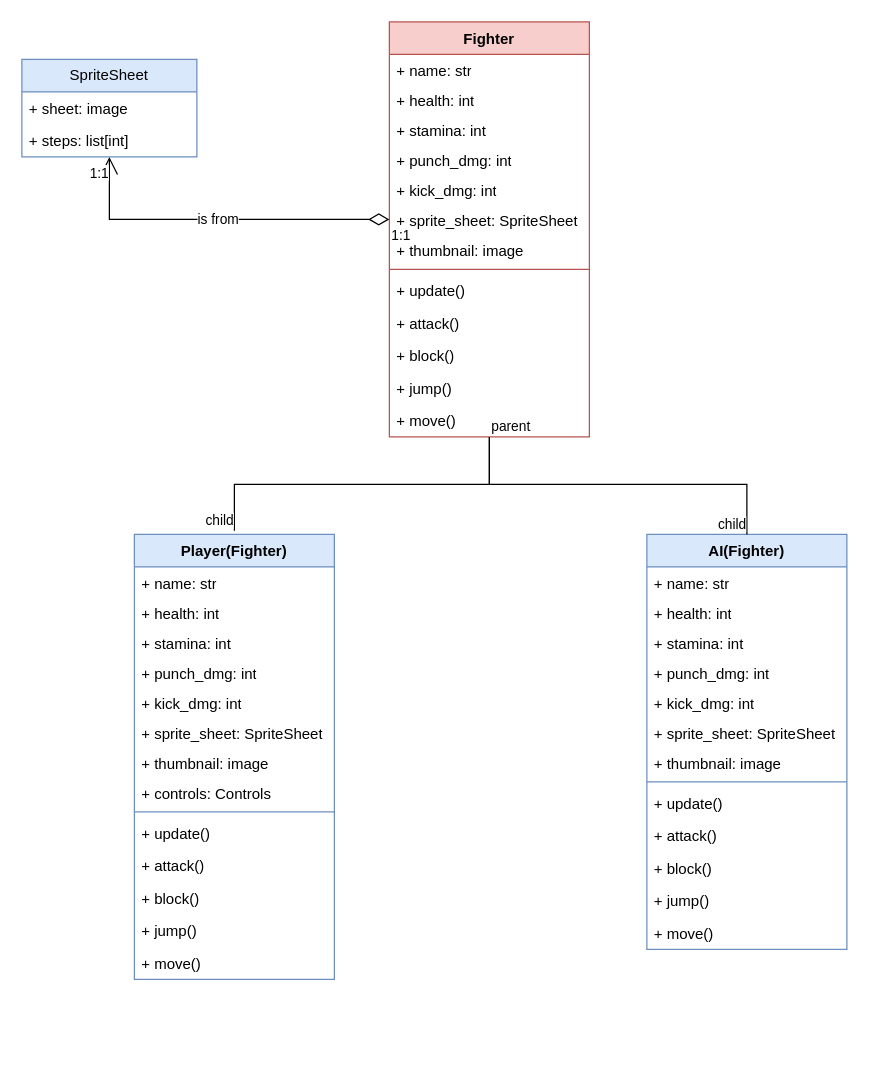
Before: UML.drawio in FuvaKumi/ComboCombat-Reworked, a draw.io diagram. Source tidied: cells renumbered, new cells numbered last; positions are measured from the earlier drawing's top-left corner, leaving out a move shared by most shapes. Both pictures are drawn from the tidied source at 125%, with x=0, y=0 at pixel (21, 21).
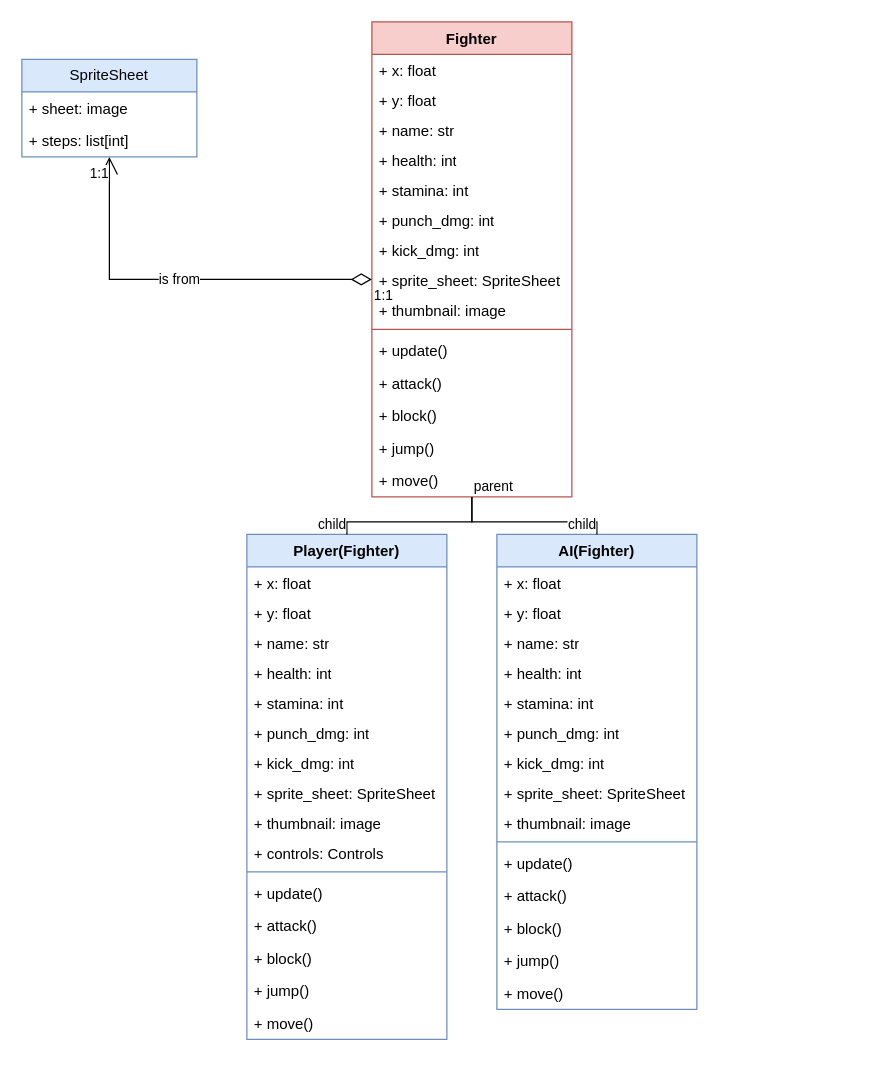
After the change.

Diff of the diagram source:
```diff
@@
-    <mxCell id="2" value="Fighter" style="swimlane;fontStyle=1;align=center;verticalAlign=top;horizontal=1;startSize=26;whiteSpace=wrap;html=1;fillColor=#f8cecc;strokeColor=#b85450;" parent="1" vertex="1">
-      <mxGeometry x="294" width="160" height="332" as="geometry" />
+    <mxCell id="2" value="Fighter" style="swimlane;fontStyle=1;align=center;verticalAlign=top;horizontal=1;startSize=26;whiteSpace=wrap;html=1;fillColor=#f8cecc;strokeColor=#b85450;shadow=0;rounded=0;glass=0;swimlaneLine=1;" parent="1" vertex="1">
+      <mxGeometry x="280" width="160" height="380" as="geometry" />
     </mxCell>
+    <mxCell id="57" value="+ x: float" style="text;strokeColor=none;fillColor=none;align=left;verticalAlign=top;spacingLeft=4;spacingRight=4;overflow=hidden;whiteSpace=wrap;html=1;" parent="2" vertex="1">
+      <mxGeometry y="26" width="160" height="24" as="geometry" />
+    </mxCell>
+    <mxCell id="58" value="+ y: float" style="text;strokeColor=none;fillColor=none;align=left;verticalAlign=top;spacingLeft=4;spacingRight=4;overflow=hidden;whiteSpace=wrap;html=1;" parent="2" vertex="1">
+      <mxGeometry y="50" width="160" height="24" as="geometry" />
+    </mxCell>
     <mxCell id="3" value="+ name: str" style="text;strokeColor=none;fillColor=none;align=left;verticalAlign=top;spacingLeft=4;spacingRight=4;overflow=hidden;whiteSpace=wrap;html=1;" parent="2" vertex="1">
-      <mxGeometry y="26" width="160" height="24" as="geometry" />
+      <mxGeometry y="74" width="160" height="24" as="geometry" />
     </mxCell>
     <mxCell id="4" value="+ health: int" style="text;strokeColor=none;fillColor=none;align=left;verticalAlign=top;spacingLeft=4;spacingRight=4;overflow=hidden;whiteSpace=wrap;html=1;" parent="2" vertex="1">
-      <mxGeometry y="50" width="160" height="24" as="geometry" />
+      <mxGeometry y="98" width="160" height="24" as="geometry" />
     </mxCell>
     <mxCell id="5" value="+ stamina: int" style="text;strokeColor=none;fillColor=none;align=left;verticalAlign=top;spacingLeft=4;spacingRight=4;overflow=hidden;whiteSpace=wrap;html=1;" parent="2" vertex="1">
-      <mxGeometry y="74" width="160" height="24" as="geometry" />
+      <mxGeometry y="122" width="160" height="24" as="geometry" />
     </mxCell>
     <mxCell id="6" value="+ punch_dmg: int" style="text;strokeColor=none;fillColor=none;align=left;verticalAlign=top;spacingLeft=4;spacingRight=4;overflow=hidden;whiteSpace=wrap;html=1;" parent="2" vertex="1">
-      <mxGeometry y="98" width="160" height="24" as="geometry" />
+      <mxGeometry y="146" width="160" height="24" as="geometry" />
     </mxCell>
     <mxCell id="7" value="+ kick_dmg: int" style="text;strokeColor=none;fillColor=none;align=left;verticalAlign=top;spacingLeft=4;spacingRight=4;overflow=hidden;whiteSpace=wrap;html=1;" parent="2" vertex="1">
-      <mxGeometry y="122" width="160" height="24" as="geometry" />
+      <mxGeometry y="170" width="160" height="24" as="geometry" />
     </mxCell>
     <mxCell id="8" value="+ sprite_sheet: SpriteSheet" style="text;strokeColor=none;fillColor=none;align=left;verticalAlign=top;spacingLeft=4;spacingRight=4;overflow=hidden;points=[[0,0.5],[1,0.5]];portConstraint=eastwest;whiteSpace=wrap;html=1;" parent="2" vertex="1">
-      <mxGeometry y="146" width="160" height="24" as="geometry" />
+      <mxGeometry y="194" width="160" height="24" as="geometry" />
     </mxCell>
     <mxCell id="9" value="+ thumbnail: image" style="text;strokeColor=none;fillColor=none;align=left;verticalAlign=top;spacingLeft=4;spacingRight=4;overflow=hidden;whiteSpace=wrap;html=1;" parent="2" vertex="1">
-      <mxGeometry y="170" width="160" height="24" as="geometry" />
+      <mxGeometry y="218" width="160" height="24" as="geometry" />
     </mxCell>
     <mxCell id="10" style="line;strokeWidth=1;fillColor=none;align=left;verticalAlign=middle;spacingTop=-1;spacingLeft=3;spacingRight=3;labelPosition=right;strokeColor=inherit;" parent="2" vertex="1">
-      <mxGeometry y="194" width="160" height="8" as="geometry" />
+      <mxGeometry y="242" width="160" height="8" as="geometry" />
     </mxCell>
     <mxCell id="11" value="+ update()" style="text;strokeColor=none;fillColor=none;align=left;verticalAlign=top;spacingLeft=4;spacingRight=4;overflow=hidden;whiteSpace=wrap;html=1;" parent="2" vertex="1">
-      <mxGeometry y="202" width="160" height="26" as="geometry" />
+      <mxGeometry y="250" width="160" height="26" as="geometry" />
     </mxCell>
     <mxCell id="12" value="+ attack()" style="text;strokeColor=none;fillColor=none;align=left;verticalAlign=top;spacingLeft=4;spacingRight=4;overflow=hidden;whiteSpace=wrap;html=1;" parent="2" vertex="1">
-      <mxGeometry y="228" width="160" height="26" as="geometry" />
+      <mxGeometry y="276" width="160" height="26" as="geometry" />
     </mxCell>
     <mxCell id="13" value="+ block()" style="text;strokeColor=none;fillColor=none;align=left;verticalAlign=top;spacingLeft=4;spacingRight=4;overflow=hidden;whiteSpace=wrap;html=1;" parent="2" vertex="1">
-      <mxGeometry y="254" width="160" height="26" as="geometry" />
+      <mxGeometry y="302" width="160" height="26" as="geometry" />
     </mxCell>
     <mxCell id="14" value="+ jump()" style="text;strokeColor=none;fillColor=none;align=left;verticalAlign=top;spacingLeft=4;spacingRight=4;overflow=hidden;whiteSpace=wrap;html=1;" parent="2" vertex="1">
-      <mxGeometry y="280" width="160" height="26" as="geometry" />
+      <mxGeometry y="328" width="160" height="26" as="geometry" />
     </mxCell>
     <mxCell id="15" value="+ move()" style="text;strokeColor=none;fillColor=none;align=left;verticalAlign=top;spacingLeft=4;spacingRight=4;overflow=hidden;whiteSpace=wrap;html=1;" parent="2" vertex="1">
-      <mxGeometry y="306" width="160" height="26" as="geometry" />
+      <mxGeometry y="354" width="160" height="26" as="geometry" />
     </mxCell>
@@
     <mxCell id="22" value="Player(Fighter)" style="swimlane;fontStyle=1;align=center;verticalAlign=top;horizontal=1;startSize=26;whiteSpace=wrap;html=1;fillColor=#dae8fc;strokeColor=#6c8ebf;" parent="1" vertex="1">
-      <mxGeometry x="90" y="410" width="160" height="356" as="geometry" />
+      <mxGeometry x="180" y="410" width="160" height="404" as="geometry" />
     </mxCell>
+    <mxCell id="59" value="+ x: float" style="text;align=left;verticalAlign=top;spacingLeft=4;spacingRight=4;overflow=hidden;whiteSpace=wrap;html=1;" parent="22" vertex="1">
+      <mxGeometry y="26" width="160" height="24" as="geometry" />
+    </mxCell>
+    <mxCell id="60" value="+ y: float" style="text;align=left;verticalAlign=top;spacingLeft=4;spacingRight=4;overflow=hidden;whiteSpace=wrap;html=1;" parent="22" vertex="1">
+      <mxGeometry y="50" width="160" height="24" as="geometry" />
+    </mxCell>
-    <mxCell id="23" value="+ name: str" style="text;strokeColor=none;fillColor=none;align=left;verticalAlign=top;spacingLeft=4;spacingRight=4;overflow=hidden;whiteSpace=wrap;html=1;" parent="22" vertex="1">
-      <mxGeometry y="26" width="160" height="24" as="geometry" />
+    <mxCell id="23" value="+ name: str" style="text;align=left;verticalAlign=top;spacingLeft=4;spacingRight=4;overflow=hidden;whiteSpace=wrap;html=1;" parent="22" vertex="1">
+      <mxGeometry y="74" width="160" height="24" as="geometry" />
     </mxCell>
-    <mxCell id="24" value="+ health: int" style="text;strokeColor=none;fillColor=none;align=left;verticalAlign=top;spacingLeft=4;spacingRight=4;overflow=hidden;whiteSpace=wrap;html=1;" parent="22" vertex="1">
-      <mxGeometry y="50" width="160" height="24" as="geometry" />
+    <mxCell id="24" value="+ health: int" style="text;align=left;verticalAlign=top;spacingLeft=4;spacingRight=4;overflow=hidden;whiteSpace=wrap;html=1;" parent="22" vertex="1">
+      <mxGeometry y="98" width="160" height="24" as="geometry" />
     </mxCell>
-    <mxCell id="25" value="+ stamina: int" style="text;strokeColor=none;fillColor=none;align=left;verticalAlign=top;spacingLeft=4;spacingRight=4;overflow=hidden;whiteSpace=wrap;html=1;" parent="22" vertex="1">
-      <mxGeometry y="74" width="160" height="24" as="geometry" />
+    <mxCell id="25" value="+ stamina: int" style="text;align=left;verticalAlign=top;spacingLeft=4;spacingRight=4;overflow=hidden;whiteSpace=wrap;html=1;" parent="22" vertex="1">
+      <mxGeometry y="122" width="160" height="24" as="geometry" />
     </mxCell>
-    <mxCell id="26" value="+ punch_dmg: int" style="text;strokeColor=none;fillColor=none;align=left;verticalAlign=top;spacingLeft=4;spacingRight=4;overflow=hidden;whiteSpace=wrap;html=1;" parent="22" vertex="1">
-      <mxGeometry y="98" width="160" height="24" as="geometry" />
+    <mxCell id="26" value="+ punch_dmg: int" style="text;align=left;verticalAlign=top;spacingLeft=4;spacingRight=4;overflow=hidden;whiteSpace=wrap;html=1;" parent="22" vertex="1">
+      <mxGeometry y="146" width="160" height="24" as="geometry" />
     </mxCell>
-    <mxCell id="27" value="+ kick_dmg: int" style="text;strokeColor=none;fillColor=none;align=left;verticalAlign=top;spacingLeft=4;spacingRight=4;overflow=hidden;whiteSpace=wrap;html=1;" parent="22" vertex="1">
-      <mxGeometry y="122" width="160" height="24" as="geometry" />
+    <mxCell id="27" value="+ kick_dmg: int" style="text;align=left;verticalAlign=top;spacingLeft=4;spacingRight=4;overflow=hidden;whiteSpace=wrap;html=1;" parent="22" vertex="1">
+      <mxGeometry y="170" width="160" height="24" as="geometry" />
     </mxCell>
-    <mxCell id="28" value="+ sprite_sheet: SpriteSheet" style="text;strokeColor=none;fillColor=none;align=left;verticalAlign=top;spacingLeft=4;spacingRight=4;overflow=hidden;whiteSpace=wrap;html=1;" parent="22" vertex="1">
-      <mxGeometry y="146" width="160" height="24" as="geometry" />
+    <mxCell id="28" value="+ sprite_sheet: SpriteSheet" style="text;align=left;verticalAlign=top;spacingLeft=4;spacingRight=4;overflow=hidden;whiteSpace=wrap;html=1;" parent="22" vertex="1">
+      <mxGeometry y="194" width="160" height="24" as="geometry" />
     </mxCell>
-    <mxCell id="29" value="+ thumbnail: image" style="text;strokeColor=none;fillColor=none;align=left;verticalAlign=top;spacingLeft=4;spacingRight=4;overflow=hidden;whiteSpace=wrap;html=1;" parent="22" vertex="1">
-      <mxGeometry y="170" width="160" height="24" as="geometry" />
+    <mxCell id="29" value="+ thumbnail: image" style="text;align=left;verticalAlign=top;spacingLeft=4;spacingRight=4;overflow=hidden;whiteSpace=wrap;html=1;" parent="22" vertex="1">
+      <mxGeometry y="218" width="160" height="24" as="geometry" />
     </mxCell>
-    <mxCell id="30" value="+ controls: Controls" style="text;strokeColor=none;fillColor=none;align=left;verticalAlign=top;spacingLeft=4;spacingRight=4;overflow=hidden;whiteSpace=wrap;html=1;" parent="22" vertex="1">
-      <mxGeometry y="194" width="160" height="24" as="geometry" />
+    <mxCell id="30" value="+ controls: Controls" style="text;align=left;verticalAlign=top;spacingLeft=4;spacingRight=4;overflow=hidden;whiteSpace=wrap;html=1;" parent="22" vertex="1">
+      <mxGeometry y="242" width="160" height="24" as="geometry" />
     </mxCell>
     <mxCell id="31" style="line;strokeWidth=1;fillColor=none;align=left;verticalAlign=middle;spacingTop=-1;spacingLeft=3;spacingRight=3;labelPosition=right;strokeColor=inherit;" parent="22" vertex="1">
-      <mxGeometry y="218" width="160" height="8" as="geometry" />
+      <mxGeometry y="266" width="160" height="8" as="geometry" />
     </mxCell>
     <mxCell id="32" value="+ update()" style="text;strokeColor=none;fillColor=none;align=left;verticalAlign=top;spacingLeft=4;spacingRight=4;overflow=hidden;whiteSpace=wrap;html=1;" parent="22" vertex="1">
-      <mxGeometry y="226" width="160" height="26" as="geometry" />
+      <mxGeometry y="274" width="160" height="26" as="geometry" />
     </mxCell>
     <mxCell id="33" value="+ attack()" style="text;strokeColor=none;fillColor=none;align=left;verticalAlign=top;spacingLeft=4;spacingRight=4;overflow=hidden;whiteSpace=wrap;html=1;" parent="22" vertex="1">
-      <mxGeometry y="252" width="160" height="26" as="geometry" />
+      <mxGeometry y="300" width="160" height="26" as="geometry" />
     </mxCell>
     <mxCell id="34" value="+ block()" style="text;strokeColor=none;fillColor=none;align=left;verticalAlign=top;spacingLeft=4;spacingRight=4;overflow=hidden;whiteSpace=wrap;html=1;" parent="22" vertex="1">
-      <mxGeometry y="278" width="160" height="26" as="geometry" />
+      <mxGeometry y="326" width="160" height="26" as="geometry" />
     </mxCell>
     <mxCell id="35" value="+ jump()" style="text;strokeColor=none;fillColor=none;align=left;verticalAlign=top;spacingLeft=4;spacingRight=4;overflow=hidden;whiteSpace=wrap;html=1;" parent="22" vertex="1">
-      <mxGeometry y="304" width="160" height="26" as="geometry" />
+      <mxGeometry y="352" width="160" height="26" as="geometry" />
     </mxCell>
     <mxCell id="36" value="+ move()" style="text;strokeColor=none;fillColor=none;align=left;verticalAlign=top;spacingLeft=4;spacingRight=4;overflow=hidden;whiteSpace=wrap;html=1;" parent="22" vertex="1">
-      <mxGeometry y="330" width="160" height="26" as="geometry" />
+      <mxGeometry y="378" width="160" height="26" as="geometry" />
     </mxCell>
-    <mxCell id="37" style="endArrow=none;html=1;edgeStyle=orthogonalEdgeStyle;rounded=0;" parent="1" edge="1" source="2">
+    <mxCell id="37" style="endArrow=none;html=1;edgeStyle=orthogonalEdgeStyle;rounded=0;entryX=0.5;entryY=0;entryDx=0;entryDy=0;" parent="1" edge="1" source="2" target="22">
       <mxGeometry relative="1" as="geometry">
-        <mxPoint x="170" y="407" as="targetPoint" />
         <Array as="points">
-          <mxPoint x="374" y="370" />
-          <mxPoint x="170" y="370" />
+          <mxPoint x="360" y="400" />
+          <mxPoint x="260" y="400" />
         </Array>
       </mxGeometry>
     </mxCell>
@@
     <mxCell id="40" value="AI(Fighter)" style="swimlane;fontStyle=1;align=center;verticalAlign=top;horizontal=1;startSize=26;whiteSpace=wrap;html=1;fillColor=#dae8fc;strokeColor=#6c8ebf;" parent="1" vertex="1">
-      <mxGeometry x="500" y="410" width="160" height="332" as="geometry" />
+      <mxGeometry x="380" y="410" width="160" height="380" as="geometry" />
     </mxCell>
+    <mxCell id="61" value="+ x: float" style="text;align=left;verticalAlign=top;spacingLeft=4;spacingRight=4;overflow=hidden;whiteSpace=wrap;html=1;" parent="40" vertex="1">
+      <mxGeometry y="26" width="160" height="24" as="geometry" />
+    </mxCell>
+    <mxCell id="62" value="+ y: float" style="text;align=left;verticalAlign=top;spacingLeft=4;spacingRight=4;overflow=hidden;whiteSpace=wrap;html=1;" parent="40" vertex="1">
+      <mxGeometry y="50" width="160" height="24" as="geometry" />
+    </mxCell>
-    <mxCell id="41" value="+ name: str" style="text;strokeColor=none;fillColor=none;align=left;verticalAlign=top;spacingLeft=4;spacingRight=4;overflow=hidden;whiteSpace=wrap;html=1;" parent="40" vertex="1">
-      <mxGeometry y="26" width="160" height="24" as="geometry" />
+    <mxCell id="41" value="+ name: str" style="text;align=left;verticalAlign=top;spacingLeft=4;spacingRight=4;overflow=hidden;whiteSpace=wrap;html=1;" parent="40" vertex="1">
+      <mxGeometry y="74" width="160" height="24" as="geometry" />
     </mxCell>
-    <mxCell id="42" value="+ health: int" style="text;strokeColor=none;fillColor=none;align=left;verticalAlign=top;spacingLeft=4;spacingRight=4;overflow=hidden;whiteSpace=wrap;html=1;" parent="40" vertex="1">
-      <mxGeometry y="50" width="160" height="24" as="geometry" />
+    <mxCell id="42" value="+ health: int" style="text;align=left;verticalAlign=top;spacingLeft=4;spacingRight=4;overflow=hidden;whiteSpace=wrap;html=1;" parent="40" vertex="1">
+      <mxGeometry y="98" width="160" height="24" as="geometry" />
     </mxCell>
-    <mxCell id="43" value="+ stamina: int" style="text;strokeColor=none;fillColor=none;align=left;verticalAlign=top;spacingLeft=4;spacingRight=4;overflow=hidden;whiteSpace=wrap;html=1;" parent="40" vertex="1">
-      <mxGeometry y="74" width="160" height="24" as="geometry" />
+    <mxCell id="43" value="+ stamina: int" style="text;align=left;verticalAlign=top;spacingLeft=4;spacingRight=4;overflow=hidden;whiteSpace=wrap;html=1;" parent="40" vertex="1">
+      <mxGeometry y="122" width="160" height="24" as="geometry" />
     </mxCell>
-    <mxCell id="44" value="+ punch_dmg: int" style="text;strokeColor=none;fillColor=none;align=left;verticalAlign=top;spacingLeft=4;spacingRight=4;overflow=hidden;whiteSpace=wrap;html=1;" parent="40" vertex="1">
-      <mxGeometry y="98" width="160" height="24" as="geometry" />
+    <mxCell id="44" value="+ punch_dmg: int" style="text;align=left;verticalAlign=top;spacingLeft=4;spacingRight=4;overflow=hidden;whiteSpace=wrap;html=1;" parent="40" vertex="1">
+      <mxGeometry y="146" width="160" height="24" as="geometry" />
     </mxCell>
-    <mxCell id="45" value="+ kick_dmg: int" style="text;strokeColor=none;fillColor=none;align=left;verticalAlign=top;spacingLeft=4;spacingRight=4;overflow=hidden;whiteSpace=wrap;html=1;" parent="40" vertex="1">
-      <mxGeometry y="122" width="160" height="24" as="geometry" />
+    <mxCell id="45" value="+ kick_dmg: int" style="text;align=left;verticalAlign=top;spacingLeft=4;spacingRight=4;overflow=hidden;whiteSpace=wrap;html=1;" parent="40" vertex="1">
+      <mxGeometry y="170" width="160" height="24" as="geometry" />
     </mxCell>
-    <mxCell id="46" value="+ sprite_sheet: SpriteSheet" style="text;strokeColor=none;fillColor=none;align=left;verticalAlign=top;spacingLeft=4;spacingRight=4;overflow=hidden;whiteSpace=wrap;html=1;" parent="40" vertex="1">
-      <mxGeometry y="146" width="160" height="24" as="geometry" />
+    <mxCell id="46" value="+ sprite_sheet: SpriteSheet" style="text;align=left;verticalAlign=top;spacingLeft=4;spacingRight=4;overflow=hidden;whiteSpace=wrap;html=1;" parent="40" vertex="1">
+      <mxGeometry y="194" width="160" height="24" as="geometry" />
     </mxCell>
-    <mxCell id="47" value="+ thumbnail: image" style="text;strokeColor=none;fillColor=none;align=left;verticalAlign=top;spacingLeft=4;spacingRight=4;overflow=hidden;whiteSpace=wrap;html=1;" parent="40" vertex="1">
-      <mxGeometry y="170" width="160" height="24" as="geometry" />
+    <mxCell id="47" value="+ thumbnail: image" style="text;align=left;verticalAlign=top;spacingLeft=4;spacingRight=4;overflow=hidden;whiteSpace=wrap;html=1;" parent="40" vertex="1">
+      <mxGeometry y="218" width="160" height="24" as="geometry" />
     </mxCell>
     <mxCell id="48" style="line;strokeWidth=1;fillColor=none;align=left;verticalAlign=middle;spacingTop=-1;spacingLeft=3;spacingRight=3;labelPosition=right;strokeColor=inherit;" parent="40" vertex="1">
-      <mxGeometry y="194" width="160" height="8" as="geometry" />
+      <mxGeometry y="242" width="160" height="8" as="geometry" />
     </mxCell>
     <mxCell id="49" value="+ update()" style="text;strokeColor=none;fillColor=none;align=left;verticalAlign=top;spacingLeft=4;spacingRight=4;overflow=hidden;whiteSpace=wrap;html=1;" parent="40" vertex="1">
-      <mxGeometry y="202" width="160" height="26" as="geometry" />
+      <mxGeometry y="250" width="160" height="26" as="geometry" />
     </mxCell>
     <mxCell id="50" value="+ attack()" style="text;strokeColor=none;fillColor=none;align=left;verticalAlign=top;spacingLeft=4;spacingRight=4;overflow=hidden;whiteSpace=wrap;html=1;" parent="40" vertex="1">
-      <mxGeometry y="228" width="160" height="26" as="geometry" />
+      <mxGeometry y="276" width="160" height="26" as="geometry" />
     </mxCell>
     <mxCell id="51" value="+ block()" style="text;strokeColor=none;fillColor=none;align=left;verticalAlign=top;spacingLeft=4;spacingRight=4;overflow=hidden;whiteSpace=wrap;html=1;" parent="40" vertex="1">
-      <mxGeometry y="254" width="160" height="26" as="geometry" />
+      <mxGeometry y="302" width="160" height="26" as="geometry" />
     </mxCell>
     <mxCell id="52" value="+ jump()" style="text;strokeColor=none;fillColor=none;align=left;verticalAlign=top;spacingLeft=4;spacingRight=4;overflow=hidden;whiteSpace=wrap;html=1;" parent="40" vertex="1">
-      <mxGeometry y="280" width="160" height="26" as="geometry" />
+      <mxGeometry y="328" width="160" height="26" as="geometry" />
     </mxCell>
     <mxCell id="53" value="+ move()" style="text;strokeColor=none;fillColor=none;align=left;verticalAlign=top;spacingLeft=4;spacingRight=4;overflow=hidden;whiteSpace=wrap;html=1;" parent="40" vertex="1">
-      <mxGeometry y="306" width="160" height="26" as="geometry" />
+      <mxGeometry y="354" width="160" height="26" as="geometry" />
     </mxCell>
     <mxCell id="54" style="endArrow=none;html=1;edgeStyle=orthogonalEdgeStyle;rounded=0;" parent="1" edge="1" source="2" target="40">
       <mxGeometry relative="1" as="geometry">
         <Array as="points">
-          <mxPoint x="374" y="370" />
-          <mxPoint x="580" y="370" />
+          <mxPoint x="360" y="400" />
+          <mxPoint x="460" y="400" />
         </Array>
       </mxGeometry>
     </mxCell>
```
